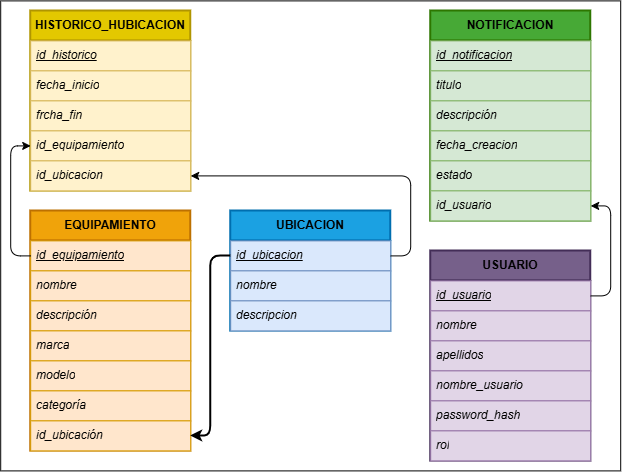
This is Documentacion/Esquemas/Reto_1_Modelo_de_datos.png from MedievAlex/DAW_Reto_1_Alex_Javier_Luis, a draw.io export, as it was before one commit. Source tidied: cells renumbered, new cells last; positions are measured from the earlier drawing's top-left corner, leaving out a move shared by most shapes.
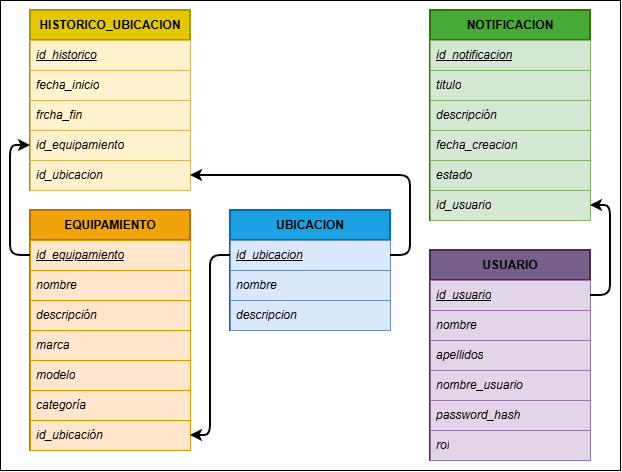
The same diagram one commit later.

Commit message:
Actualizado el esquema de ventanas y añadida la paleta de colores provisional.

Diff of the diagram source:
```diff
@@ -91,7 +91,7 @@
         </Array>
       </mxGeometry>
     </mxCell>
-    <mxCell id="30" value="&lt;span style=&quot;color: rgb(0, 0, 0);&quot;&gt;&lt;b&gt;HISTORICO_HUBICACION&lt;/b&gt;&lt;/span&gt;" style="swimlane;fontStyle=0;horizontal=1;startSize=30;whiteSpace=wrap;html=1;fillColor=#e3c800;strokeColor=#B09500;fontColor=#000000;strokeWidth=2;" parent="1" vertex="1">
+    <mxCell id="30" value="&lt;span style=&quot;color: rgb(0, 0, 0);&quot;&gt;&lt;b&gt;HISTORICO_UBICACION&lt;/b&gt;&lt;/span&gt;" style="swimlane;fontStyle=0;horizontal=1;startSize=30;whiteSpace=wrap;html=1;fillColor=#e3c800;strokeColor=#B09500;fontColor=#000000;strokeWidth=2;" parent="1" vertex="1">
       <mxGeometry x="30" y="10" width="160" height="180" as="geometry" />
     </mxCell>
     <mxCell id="31" value="&lt;u&gt;id_historico&lt;/u&gt;" style="text;strokeColor=#d6b656;fillColor=#fff2cc;align=left;verticalAlign=middle;spacingLeft=4;spacingRight=4;overflow=hidden;whiteSpace=wrap;html=1;fontStyle=2;" parent="30" vertex="1">
@@ -109,7 +109,7 @@
     <mxCell id="35" value="id_ubicacion" style="text;strokeColor=#d6b656;fillColor=#fff2cc;align=left;verticalAlign=middle;spacingLeft=4;spacingRight=4;overflow=hidden;points=[[0,0.5],[1,0.5]];portConstraint=eastwest;whiteSpace=wrap;html=1;fontStyle=2;" parent="30" vertex="1">
       <mxGeometry y="150" width="160" height="30" as="geometry" />
     </mxCell>
-    <mxCell id="36" style="edgeStyle=none;html=1;exitX=0;exitY=0.5;exitDx=0;exitDy=0;entryX=0;entryY=0.75;entryDx=0;entryDy=0;" parent="1" edge="1" source="4" target="30">
+    <mxCell id="36" style="edgeStyle=none;html=1;exitX=0;exitY=0.5;exitDx=0;exitDy=0;entryX=0;entryY=0.75;entryDx=0;entryDy=0;strokeWidth=2;" parent="1" edge="1" source="4" target="30">
       <mxGeometry relative="1" as="geometry">
         <Array as="points">
           <mxPoint x="10" y="255" />
@@ -117,7 +117,7 @@
         </Array>
       </mxGeometry>
     </mxCell>
-    <mxCell id="37" style="edgeStyle=none;html=1;exitX=1;exitY=0.5;exitDx=0;exitDy=0;entryX=1;entryY=0.5;entryDx=0;entryDy=0;" parent="1" edge="1" source="26" target="35">
+    <mxCell id="37" style="edgeStyle=none;html=1;exitX=1;exitY=0.5;exitDx=0;exitDy=0;entryX=1;entryY=0.5;entryDx=0;entryDy=0;strokeWidth=2;" parent="1" edge="1" source="26" target="35">
       <mxGeometry relative="1" as="geometry">
         <Array as="points">
           <mxPoint x="410" y="255" />
@@ -125,7 +125,7 @@
         </Array>
       </mxGeometry>
     </mxCell>
-    <mxCell id="38" style="edgeStyle=none;html=1;exitX=1;exitY=0.5;exitDx=0;exitDy=0;entryX=1;entryY=0.5;entryDx=0;entryDy=0;" parent="1" edge="1" source="19" target="17">
+    <mxCell id="38" style="edgeStyle=none;html=1;exitX=1;exitY=0.5;exitDx=0;exitDy=0;entryX=1;entryY=0.5;entryDx=0;entryDy=0;strokeWidth=2;" parent="1" edge="1" source="19" target="17">
       <mxGeometry relative="1" as="geometry">
         <Array as="points">
           <mxPoint x="610" y="295" />
```
